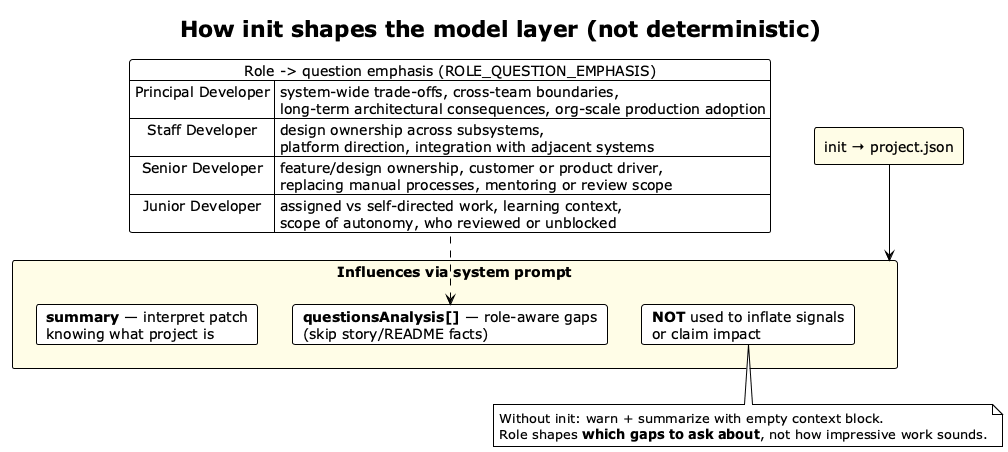
Earlier version of the PlantUML export img/summarize-init-context.png (vzakharchenko/dev-workgraph).
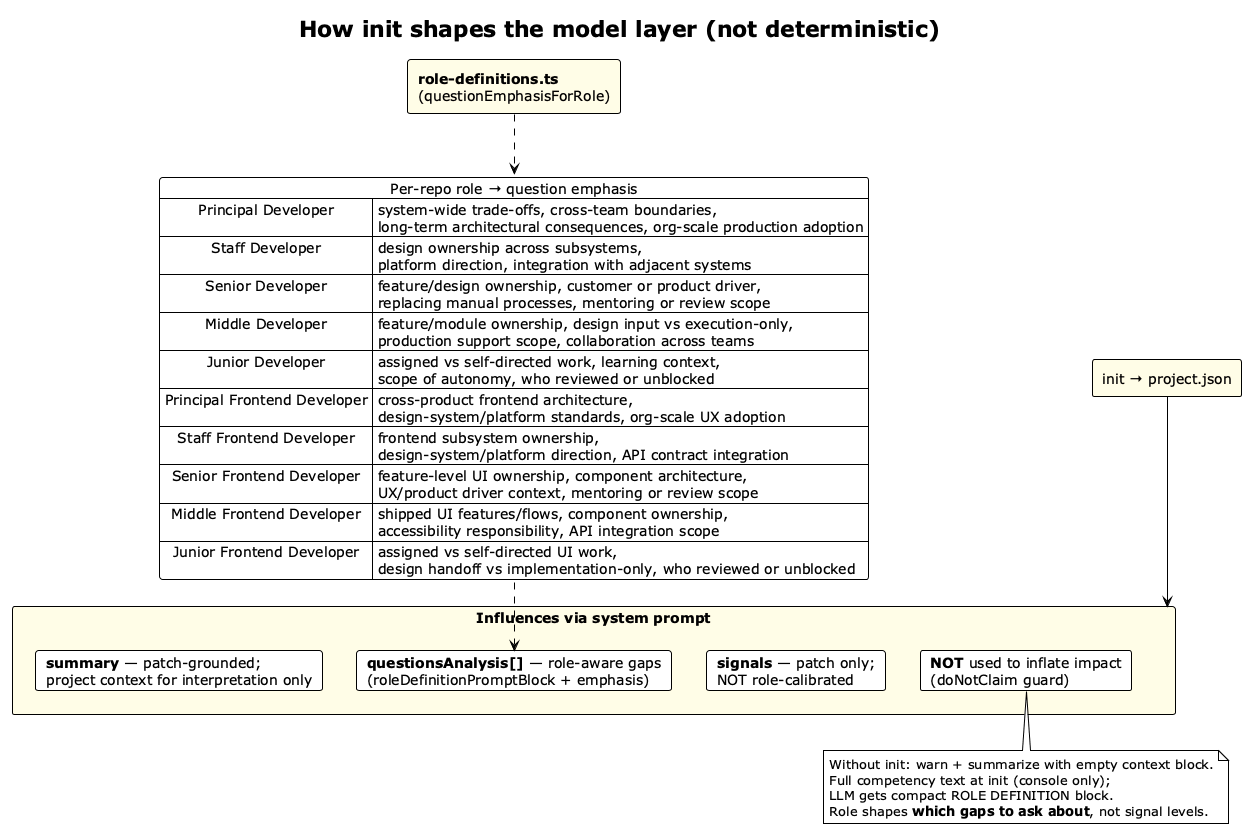
The same file after the commit.

Change to the diagram source:
```diff
@@ -4,26 +4,38 @@
 
 title How **init** shapes the **model layer** (not deterministic)
 
-map "Role -> question emphasis (ROLE_QUESTION_EMPHASIS)" as ROLES {
+rectangle "**role-definitions.ts**\n(questionEmphasisForRole)" as RD #FFF8E1
+
+map "Per-repo role → question emphasis" as ROLES {
   Principal Developer => system-wide trade-offs, cross-team boundaries,\nlong-term architectural consequences, org-scale production adoption
   Staff Developer => design ownership across subsystems,\nplatform direction, integration with adjacent systems
   Senior Developer => feature/design ownership, customer or product driver,\nreplacing manual processes, mentoring or review scope
+  Middle Developer => feature/module ownership, design input vs execution-only,\nproduction support scope, collaboration across teams
   Junior Developer => assigned vs self-directed work, learning context,\nscope of autonomy, who reviewed or unblocked
+  Principal Frontend Developer => cross-product frontend architecture,\ndesign-system/platform standards, org-scale UX adoption
+  Staff Frontend Developer => frontend subsystem ownership,\ndesign-system/platform direction, API contract integration
+  Senior Frontend Developer => feature-level UI ownership, component architecture,\nUX/product driver context, mentoring or review scope
+  Middle Frontend Developer => shipped UI features/flows, component ownership,\naccessibility responsibility, API integration scope
+  Junior Frontend Developer => assigned vs self-directed UI work,\ndesign handoff vs implementation-only, who reviewed or unblocked
 }
 
 rectangle "init → project.json" as PJ #FFF8E1
-rectangle "Influences via system prompt" as INF #FFFDE7 {
-  card "**summary** — interpret patch\nknowing what project is" as S
-  card "**questionsAnalysis[]** — role-aware gaps\n(skip story/README facts)" as Q
-  card "**NOT** used to inflate signals\nor claim impact" as X
+rectangle "Influences via **system** prompt" as INF #FFFDE7 {
+  card "**summary** — patch-grounded;\nproject context for interpretation only" as S
+  card "**questionsAnalysis[]** — role-aware gaps\n(roleDefinitionPromptBlock + emphasis)" as Q
+  card "**signals** — patch only;\nNOT role-calibrated" as SIG
+  card "**NOT** used to inflate impact\n(doNotClaim guard)" as X
 }
 
 PJ --> INF
+RD ..> ROLES
 ROLES ..> Q
 
 note bottom
   Without init: warn + summarize with empty context block.
-  Role shapes **which gaps to ask about**, not how impressive work sounds.
+  Full competency text at init (console only);
+  LLM gets compact ROLE DEFINITION block.
+  Role shapes **which gaps to ask about**, not signal levels.
 end note
 
 @enduml
```
